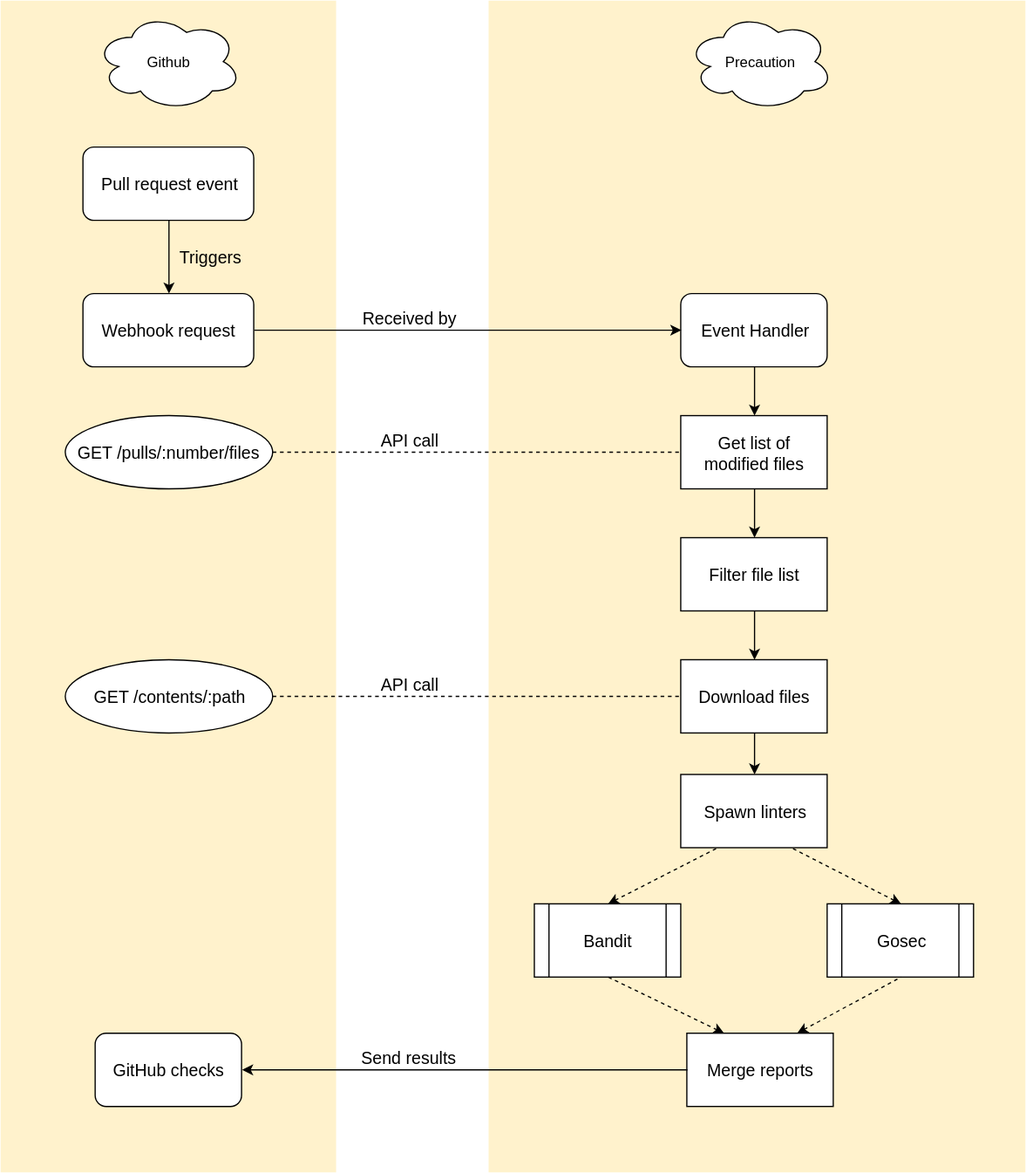
The draw.io diagram docs/architecture.svg in securesauce/precaution-beta, before a commit. Source tidied: cells renumbered, new cells last; positions are measured from the earlier drawing's top-left corner, leaving out a move shared by most shapes. The source it was exported from:
```xml
<mxGraphModel>
  <root>
    <mxCell id="0" />
    <mxCell id="1" parent="0" />
    <mxCell id="2" style="rounded=0;whiteSpace=wrap;html=1;fontSize=14;align=center;fillColor=#fff2cc;strokeColor=none;" parent="1" vertex="1">
      <mxGeometry width="275" height="960" as="geometry" />
    </mxCell>
    <mxCell id="3" style="rounded=0;whiteSpace=wrap;html=1;fontSize=14;align=center;fillColor=#fff2cc;strokeColor=none;" parent="1" vertex="1">
      <mxGeometry x="400" width="440" height="960" as="geometry" />
    </mxCell>
    <mxCell id="4" value="Github" style="ellipse;shape=cloud;whiteSpace=wrap;html=1;" parent="1" vertex="1">
      <mxGeometry x="77.5" y="10" width="120" height="80" as="geometry" />
    </mxCell>
    <mxCell id="5" value="Get list of modified files&lt;br style=&quot;font-size: 14px&quot;&gt;" style="rounded=0;whiteSpace=wrap;html=1;fontSize=14;spacingLeft=1;spacingRight=1;" parent="1" vertex="1">
      <mxGeometry x="557.5" y="340" width="120" height="60" as="geometry" />
    </mxCell>
    <mxCell id="6" value="Precaution&lt;br&gt;" style="ellipse;shape=cloud;whiteSpace=wrap;html=1;" parent="1" vertex="1">
      <mxGeometry x="562.5" y="10" width="120" height="80" as="geometry" />
    </mxCell>
    <mxCell id="7" value="Download files&lt;br style=&quot;font-size: 14px;&quot;&gt;" style="rounded=0;whiteSpace=wrap;html=1;fontSize=14;" parent="1" vertex="1">
      <mxGeometry x="557.5" y="540" width="120" height="60" as="geometry" />
    </mxCell>
    <mxCell id="8" value="Event Handler" style="rounded=1;whiteSpace=wrap;html=1;fontSize=14;" parent="1" vertex="1">
      <mxGeometry x="557.5" y="240" width="120" height="60" as="geometry" />
    </mxCell>
    <mxCell id="9" value="Webhook request" style="rounded=1;fontSize=14;verticalAlign=middle;whiteSpace=wrap;html=1;imageAspect=1;" parent="1" vertex="1">
      <mxGeometry x="67.5" y="240" width="140" height="60" as="geometry" />
    </mxCell>
    <mxCell id="10" value="Pull request event" style="rounded=1;fontSize=14;verticalAlign=middle;whiteSpace=wrap;html=1;imageAspect=1;" parent="1" vertex="1">
      <mxGeometry x="67.5" y="120" width="140" height="60" as="geometry" />
    </mxCell>
    <mxCell id="11" style="endArrow=classic;html=1;fontSize=14;exitX=0.5;exitY=1;exitDx=0;exitDy=0;entryX=0.5;entryY=0;entryDx=0;entryDy=0;" parent="1" edge="1" source="10" target="9">
      <mxGeometry relative="1" as="geometry" />
    </mxCell>
    <mxCell id="12" value="Triggers" style="text;html=1;align=center;verticalAlign=top;spacingTop=-4;fontSize=14;" parent="1" vertex="1">
      <mxGeometry x="137.5" y="200" width="70" height="20" as="geometry" />
    </mxCell>
    <mxCell id="13" style="endArrow=classic;html=1;fontSize=14;exitX=1;exitY=0.5;exitDx=0;exitDy=0;entryX=0;entryY=0.5;entryDx=0;entryDy=0;" parent="1" edge="1" source="9" target="8">
      <mxGeometry relative="1" as="geometry" />
    </mxCell>
    <mxCell id="14" value="Received by" style="text;html=1;align=center;verticalAlign=top;spacingTop=-4;fontSize=14;" parent="1" vertex="1">
      <mxGeometry x="290" y="250" width="90" height="20" as="geometry" />
    </mxCell>
    <mxCell id="15" style="endArrow=classic;html=1;fontSize=14;exitX=0.5;exitY=1;exitDx=0;exitDy=0;entryX=0.5;entryY=0;entryDx=0;entryDy=0;" parent="1" edge="1" source="8" target="5">
      <mxGeometry relative="1" as="geometry" />
    </mxCell>
    <mxCell id="16" value="Filter file list&lt;br style=&quot;font-size: 14px&quot;&gt;" style="rounded=0;whiteSpace=wrap;html=1;fontSize=14;" parent="1" vertex="1">
      <mxGeometry x="557.5" y="440" width="120" height="60" as="geometry" />
    </mxCell>
    <mxCell id="17" value="GET /pulls/:number/files" style="ellipse;whiteSpace=wrap;html=1;fontSize=14;align=center;" parent="1" vertex="1">
      <mxGeometry x="52.5" y="340" width="170" height="60" as="geometry" />
    </mxCell>
    <mxCell id="18" style="endArrow=none;dashed=1;html=1;fontSize=14;entryX=0;entryY=0.5;entryDx=0;entryDy=0;exitX=1;exitY=0.5;exitDx=0;exitDy=0;" parent="1" edge="1" source="17" target="5">
      <mxGeometry relative="1" as="geometry" />
    </mxCell>
    <mxCell id="19" style="endArrow=classic;html=1;fontSize=14;exitX=0.5;exitY=1;exitDx=0;exitDy=0;entryX=0.5;entryY=0;entryDx=0;entryDy=0;" parent="1" edge="1" source="5" target="16">
      <mxGeometry relative="1" as="geometry" />
    </mxCell>
    <mxCell id="20" style="endArrow=classic;html=1;fontSize=14;exitX=0.5;exitY=1;exitDx=0;exitDy=0;entryX=0.5;entryY=0;entryDx=0;entryDy=0;" parent="1" edge="1" source="16" target="7">
      <mxGeometry relative="1" as="geometry" />
    </mxCell>
    <mxCell id="21" value="GET /contents/:path" style="ellipse;whiteSpace=wrap;html=1;fontSize=14;align=center;" parent="1" vertex="1">
      <mxGeometry x="52.5" y="540" width="170" height="60" as="geometry" />
    </mxCell>
    <mxCell id="22" style="endArrow=none;dashed=1;html=1;fontSize=14;entryX=0;entryY=0.5;entryDx=0;entryDy=0;exitX=1;exitY=0.5;exitDx=0;exitDy=0;" parent="1" edge="1" source="21" target="7">
      <mxGeometry relative="1" as="geometry" />
    </mxCell>
    <mxCell id="23" value="Spawn linters&lt;br style=&quot;font-size: 14px&quot;&gt;" style="rounded=0;whiteSpace=wrap;html=1;fontSize=14;" parent="1" vertex="1">
      <mxGeometry x="557.5" y="634" width="120" height="60" as="geometry" />
    </mxCell>
    <mxCell id="24" style="endArrow=classic;html=1;fontSize=14;entryX=0.5;entryY=0;entryDx=0;entryDy=0;exitX=0.5;exitY=1;exitDx=0;exitDy=0;" parent="1" edge="1" source="7" target="23">
      <mxGeometry relative="1" as="geometry" />
    </mxCell>
    <mxCell id="25" value="Merge reports" style="rounded=0;whiteSpace=wrap;html=1;fontSize=14;align=center;" parent="1" vertex="1">
      <mxGeometry x="562.5" y="846" width="120" height="60" as="geometry" />
    </mxCell>
    <mxCell id="26" value="GitHub checks" style="rounded=1;whiteSpace=wrap;html=1;fontSize=14;align=center;" parent="1" vertex="1">
      <mxGeometry x="77.5" y="846" width="120" height="60" as="geometry" />
    </mxCell>
    <mxCell id="27" style="endArrow=classic;html=1;fontSize=14;exitX=0;exitY=0.5;exitDx=0;exitDy=0;entryX=1;entryY=0.5;entryDx=0;entryDy=0;" parent="1" edge="1" source="25" target="26">
      <mxGeometry relative="1" as="geometry" />
    </mxCell>
    <mxCell id="28" value="Send results" style="text;html=1;align=center;verticalAlign=top;spacingTop=-4;fontSize=14;" parent="1" vertex="1">
      <mxGeometry x="290" y="856" width="90" height="20" as="geometry" />
    </mxCell>
    <mxCell id="29" value="Bandit" style="shape=process;whiteSpace=wrap;html=1;backgroundOutline=1;fontSize=14;align=center;" parent="1" vertex="1">
      <mxGeometry x="437.5" y="740" width="120" height="60" as="geometry" />
    </mxCell>
    <mxCell id="30" value="Gosec" style="shape=process;whiteSpace=wrap;html=1;backgroundOutline=1;fontSize=14;align=center;" parent="1" vertex="1">
      <mxGeometry x="677.5" y="740" width="120" height="60" as="geometry" />
    </mxCell>
    <mxCell id="31" style="endArrow=none;dashed=1;html=1;fontSize=14;startArrow=classic;startFill=1;entryX=0.25;entryY=1;entryDx=0;entryDy=0;exitX=0.5;exitY=0;exitDx=0;exitDy=0;" parent="1" edge="1" source="29" target="23">
      <mxGeometry relative="1" as="geometry" />
    </mxCell>
    <mxCell id="32" style="endArrow=none;dashed=1;html=1;fontSize=14;startArrow=classic;startFill=1;entryX=0.75;entryY=1;entryDx=0;entryDy=0;exitX=0.5;exitY=0;exitDx=0;exitDy=0;" parent="1" edge="1" source="30" target="23">
      <mxGeometry relative="1" as="geometry" />
    </mxCell>
    <mxCell id="33" style="endArrow=none;dashed=1;html=1;fontSize=14;startArrow=classic;startFill=1;entryX=0.5;entryY=1;entryDx=0;entryDy=0;exitX=0.25;exitY=0;exitDx=0;exitDy=0;" parent="1" edge="1" source="25" target="29">
      <mxGeometry relative="1" as="geometry" />
    </mxCell>
    <mxCell id="34" style="endArrow=none;dashed=1;html=1;fontSize=14;startArrow=classic;startFill=1;entryX=0.5;entryY=1;entryDx=0;entryDy=0;exitX=0.75;exitY=0;exitDx=0;exitDy=0;" parent="1" edge="1" source="25" target="30">
      <mxGeometry relative="1" as="geometry" />
    </mxCell>
    <mxCell id="35" value="API call" style="text;html=1;align=center;verticalAlign=top;spacingTop=-4;fontSize=14;" parent="1" vertex="1">
      <mxGeometry x="305" y="350" width="60" height="20" as="geometry" />
    </mxCell>
    <mxCell id="36" value="API call" style="text;html=1;align=center;verticalAlign=top;spacingTop=-4;fontSize=14;" parent="1" vertex="1">
      <mxGeometry x="305" y="550" width="60" height="20" as="geometry" />
    </mxCell>
  </root>
</mxGraphModel>
```
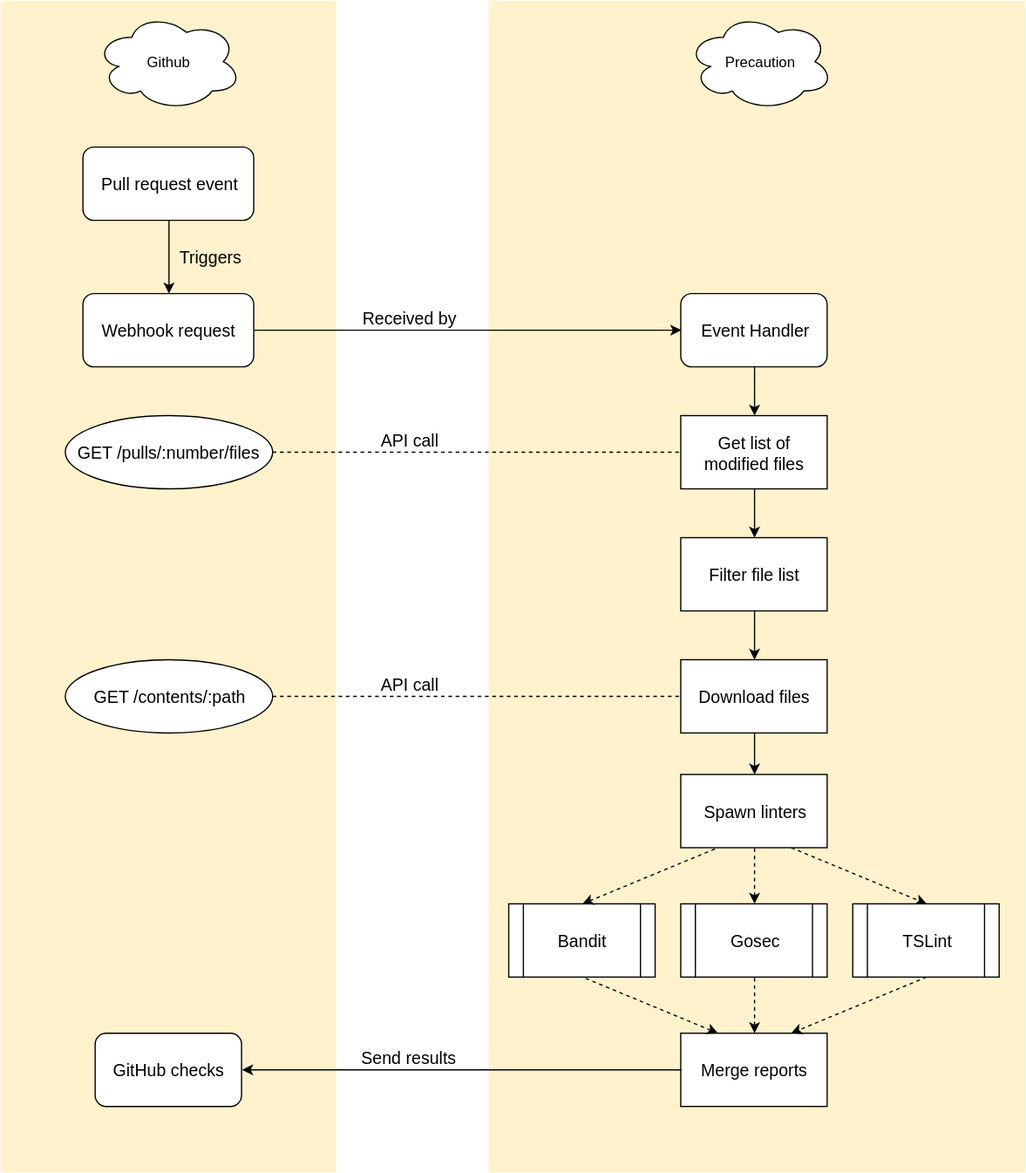
The same file after the commit.

Commit message:
Update documentation for TSLint addition

The edit, as a diff of the source:
```diff
@@ -65,6 +65,9 @@
     <mxCell id="22" style="endArrow=none;dashed=1;html=1;fontSize=14;entryX=0;entryY=0.5;entryDx=0;entryDy=0;exitX=1;exitY=0.5;exitDx=0;exitDy=0;" parent="1" edge="1" source="21" target="7">
       <mxGeometry relative="1" as="geometry" />
     </mxCell>
+    <mxCell id="37" style="edgeStyle=none;rounded=0;jettySize=auto;html=1;exitX=0.75;exitY=1;exitDx=0;exitDy=0;dashed=1;entryX=0.5;entryY=0;entryDx=0;entryDy=0;" parent="1" edge="1" source="23" target="39">
+      <mxGeometry relative="1" as="geometry" />
+    </mxCell>
     <mxCell id="23" value="Spawn linters&lt;br style=&quot;font-size: 14px&quot;&gt;" style="rounded=0;whiteSpace=wrap;html=1;fontSize=14;" parent="1" vertex="1">
       <mxGeometry x="557.5" y="634" width="120" height="60" as="geometry" />
     </mxCell>
@@ -72,7 +75,7 @@
       <mxGeometry relative="1" as="geometry" />
     </mxCell>
     <mxCell id="25" value="Merge reports" style="rounded=0;whiteSpace=wrap;html=1;fontSize=14;align=center;" parent="1" vertex="1">
-      <mxGeometry x="562.5" y="846" width="120" height="60" as="geometry" />
+      <mxGeometry x="557.5" y="846" width="120" height="60" as="geometry" />
     </mxCell>
     <mxCell id="26" value="GitHub checks" style="rounded=1;whiteSpace=wrap;html=1;fontSize=14;align=center;" parent="1" vertex="1">
       <mxGeometry x="77.5" y="846" width="120" height="60" as="geometry" />
@@ -84,21 +87,21 @@
       <mxGeometry x="290" y="856" width="90" height="20" as="geometry" />
     </mxCell>
     <mxCell id="29" value="Bandit" style="shape=process;whiteSpace=wrap;html=1;backgroundOutline=1;fontSize=14;align=center;" parent="1" vertex="1">
-      <mxGeometry x="437.5" y="740" width="120" height="60" as="geometry" />
+      <mxGeometry x="416.5" y="740" width="120" height="60" as="geometry" />
     </mxCell>
     <mxCell id="30" value="Gosec" style="shape=process;whiteSpace=wrap;html=1;backgroundOutline=1;fontSize=14;align=center;" parent="1" vertex="1">
-      <mxGeometry x="677.5" y="740" width="120" height="60" as="geometry" />
+      <mxGeometry x="557.5" y="740" width="120" height="60" as="geometry" />
     </mxCell>
     <mxCell id="31" style="endArrow=none;dashed=1;html=1;fontSize=14;startArrow=classic;startFill=1;entryX=0.25;entryY=1;entryDx=0;entryDy=0;exitX=0.5;exitY=0;exitDx=0;exitDy=0;" parent="1" edge="1" source="29" target="23">
       <mxGeometry relative="1" as="geometry" />
     </mxCell>
-    <mxCell id="32" style="endArrow=none;dashed=1;html=1;fontSize=14;startArrow=classic;startFill=1;entryX=0.75;entryY=1;entryDx=0;entryDy=0;exitX=0.5;exitY=0;exitDx=0;exitDy=0;" parent="1" edge="1" source="30" target="23">
+    <mxCell id="32" style="endArrow=none;dashed=1;html=1;fontSize=14;startArrow=classic;startFill=1;entryX=0.5;entryY=1;entryDx=0;entryDy=0;exitX=0.5;exitY=0;exitDx=0;exitDy=0;" parent="1" edge="1" source="30" target="23">
       <mxGeometry relative="1" as="geometry" />
     </mxCell>
     <mxCell id="33" style="endArrow=none;dashed=1;html=1;fontSize=14;startArrow=classic;startFill=1;entryX=0.5;entryY=1;entryDx=0;entryDy=0;exitX=0.25;exitY=0;exitDx=0;exitDy=0;" parent="1" edge="1" source="25" target="29">
       <mxGeometry relative="1" as="geometry" />
     </mxCell>
-    <mxCell id="34" style="endArrow=none;dashed=1;html=1;fontSize=14;startArrow=classic;startFill=1;entryX=0.5;entryY=1;entryDx=0;entryDy=0;exitX=0.75;exitY=0;exitDx=0;exitDy=0;" parent="1" edge="1" source="25" target="30">
+    <mxCell id="34" style="endArrow=none;dashed=1;html=1;fontSize=14;startArrow=classic;startFill=1;entryX=0.5;entryY=1;entryDx=0;entryDy=0;exitX=0.5;exitY=0;exitDx=0;exitDy=0;" parent="1" edge="1" source="25" target="30">
       <mxGeometry relative="1" as="geometry" />
     </mxCell>
     <mxCell id="35" value="API call" style="text;html=1;align=center;verticalAlign=top;spacingTop=-4;fontSize=14;" parent="1" vertex="1">
@@ -107,5 +110,11 @@
     <mxCell id="36" value="API call" style="text;html=1;align=center;verticalAlign=top;spacingTop=-4;fontSize=14;" parent="1" vertex="1">
       <mxGeometry x="305" y="550" width="60" height="20" as="geometry" />
     </mxCell>
+    <mxCell id="38" style="edgeStyle=none;rounded=0;jettySize=auto;html=1;exitX=0.5;exitY=1;exitDx=0;exitDy=0;entryX=0.75;entryY=0;entryDx=0;entryDy=0;dashed=1;" parent="1" edge="1" source="39" target="25">
+      <mxGeometry relative="1" as="geometry" />
+    </mxCell>
+    <mxCell id="39" value="TSLint&lt;br&gt;" style="shape=process;whiteSpace=wrap;html=1;backgroundOutline=1;fontSize=14;align=center;" parent="1" vertex="1">
+      <mxGeometry x="698.5" y="740" width="120" height="60" as="geometry" />
+    </mxCell>
   </root>
 </mxGraphModel>
```
